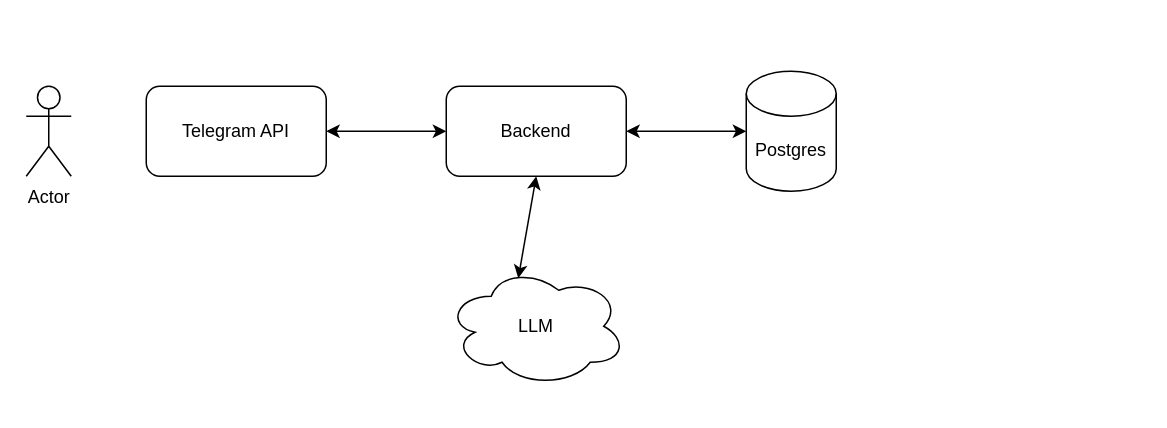
volchugin/schemes keeps this draw.io diagram as TG_mini_app_architecture.drawio. Above is the earlier version. Source tidied: cells renumbered, new cells numbered last; positions are measured from the earlier drawing's top-left corner, leaving out a move shared by most shapes. Both pictures are drawn from the tidied source at 150%, with x=0, y=0 at pixel (26, 70).
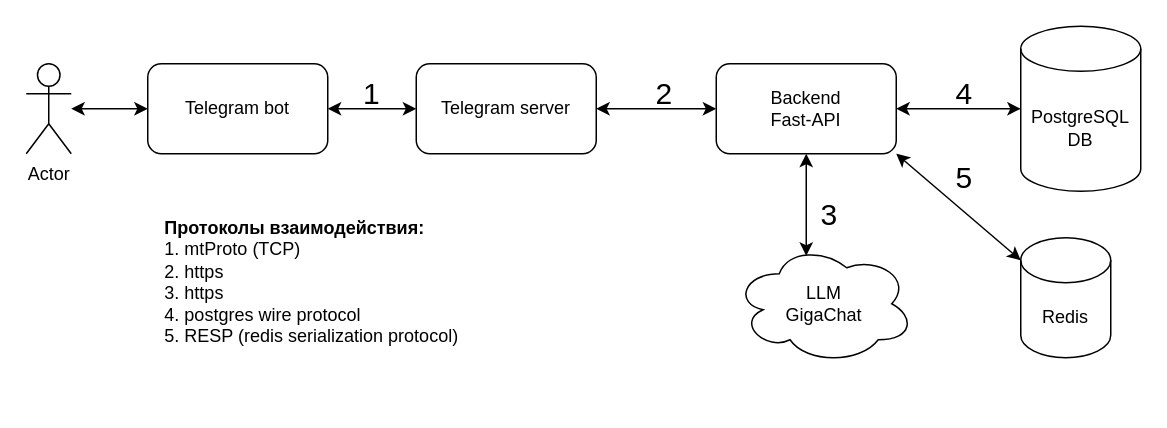
After the change.

Diff of the diagram source:
```diff
@@
     <mxCell id="2" value="Actor" style="shape=umlActor;verticalLabelPosition=bottom;verticalAlign=top;html=1;outlineConnect=0;" parent="1" vertex="1">
-      <mxGeometry y="10" width="30" height="60" as="geometry" />
+      <mxGeometry y="-5" width="30" height="60" as="geometry" />
     </mxCell>
-    <mxCell id="3" value="Postgres" style="shape=cylinder3;whiteSpace=wrap;html=1;boundedLbl=1;backgroundOutline=1;size=15;" parent="1" vertex="1">
-      <mxGeometry x="480" width="60" height="80" as="geometry" />
+    <mxCell id="3" value="PostgreSQL&lt;div&gt;DB&lt;/div&gt;" style="shape=cylinder3;whiteSpace=wrap;html=1;boundedLbl=1;backgroundOutline=1;size=15;" parent="1" vertex="1">
+      <mxGeometry x="663" y="-30" width="80" height="110" as="geometry" />
     </mxCell>
-    <mxCell id="4" value="Telegram API" style="rounded=1;whiteSpace=wrap;html=1;" parent="1" vertex="1">
-      <mxGeometry x="80" y="10" width="120" height="60" as="geometry" />
+    <mxCell id="4" value="Telegram server" style="rounded=1;whiteSpace=wrap;html=1;" parent="1" vertex="1">
+      <mxGeometry x="260" y="-5" width="120" height="60" as="geometry" />
     </mxCell>
-    <mxCell id="5" value="Backend" style="rounded=1;whiteSpace=wrap;html=1;" parent="1" vertex="1">
-      <mxGeometry x="280" y="10" width="120" height="60" as="geometry" />
+    <mxCell id="5" value="Backend&lt;div&gt;Fast-API&lt;br&gt;&lt;/div&gt;" style="rounded=1;whiteSpace=wrap;html=1;" parent="1" vertex="1">
+      <mxGeometry x="460" y="-5" width="120" height="60" as="geometry" />
     </mxCell>
-    <mxCell id="6" value="LLM" style="ellipse;shape=cloud;whiteSpace=wrap;html=1;" parent="1" vertex="1">
-      <mxGeometry x="280" y="130" width="120" height="80" as="geometry" />
+    <mxCell id="6" value="LLM&lt;div&gt;GigaChat&lt;/div&gt;" style="ellipse;shape=cloud;whiteSpace=wrap;html=1;" parent="1" vertex="1">
+      <mxGeometry x="472" y="115" width="120" height="80" as="geometry" />
     </mxCell>
@@
     <mxCell id="9" style="endArrow=classic;startArrow=classic;html=1;rounded=0;entryX=1;entryY=0.5;entryDx=0;entryDy=0;exitX=0;exitY=0.5;exitDx=0;exitDy=0;" parent="1" edge="1" source="5" target="4">
-      <mxGeometry relative="1" as="geometry" />
+      <mxGeometry relative="1" as="geometry">
+        <Array as="points">
+          <mxPoint x="420" y="25" />
+        </Array>
+      </mxGeometry>
     </mxCell>
+    <mxCell id="10" value="Telegram bot" style="rounded=1;whiteSpace=wrap;html=1;" parent="1" vertex="1">
+      <mxGeometry x="81" y="-5" width="120" height="60" as="geometry" />
+    </mxCell>
+    <mxCell id="11" style="endArrow=classic;startArrow=classic;html=1;rounded=0;entryX=1;entryY=0.5;entryDx=0;entryDy=0;exitX=0;exitY=0.5;exitDx=0;exitDy=0;" parent="1" edge="1" source="4" target="10">
+      <mxGeometry relative="1" as="geometry">
+        <Array as="points">
+          <mxPoint x="240" y="25" />
+        </Array>
+      </mxGeometry>
+    </mxCell>
+    <mxCell id="12" value="1" style="text;html=1;align=center;verticalAlign=middle;fontSize=20;" parent="1" vertex="1">
+      <mxGeometry x="215" y="-6" width="30" height="40" as="geometry" />
+    </mxCell>
+    <mxCell id="13" value="&lt;div style=&quot;text-align: left;&quot;&gt;&lt;b&gt;Протоколы взаимодействия:&lt;/b&gt;&lt;/div&gt;&lt;div&gt;&lt;div style=&quot;text-align: left;&quot;&gt;1. mtProto (TCP)&lt;/div&gt;&lt;div style=&quot;text-align: left;&quot;&gt;2. https&lt;/div&gt;&lt;div style=&quot;text-align: left;&quot;&gt;3. https&lt;/div&gt;&lt;div style=&quot;text-align: left;&quot;&gt;4. postgres wire protocol&lt;/div&gt;&lt;div style=&quot;text-align: left;&quot;&gt;5. RESP (redis serialization protocol)&lt;/div&gt;&lt;div style=&quot;text-align: left;&quot;&gt;&lt;br&gt;&lt;/div&gt;&lt;div style=&quot;text-align: left;&quot;&gt;&lt;br&gt;&lt;/div&gt;&lt;/div&gt;" style="text;html=1;align=center;verticalAlign=middle;strokeColor=none;fillColor=none;" parent="1" vertex="1">
+      <mxGeometry x="80" y="90" width="220" height="130" as="geometry" />
+    </mxCell>
+    <mxCell id="14" value="2" style="text;html=1;align=center;verticalAlign=middle;fontSize=20;" parent="1" vertex="1">
+      <mxGeometry x="410" y="-6" width="30" height="40" as="geometry" />
+    </mxCell>
+    <mxCell id="15" value="3" style="text;html=1;align=center;verticalAlign=middle;fontSize=20;" parent="1" vertex="1">
+      <mxGeometry x="520" y="75" width="30" height="40" as="geometry" />
+    </mxCell>
+    <mxCell id="16" value="4" style="text;html=1;align=center;verticalAlign=middle;fontSize=20;" parent="1" vertex="1">
+      <mxGeometry x="610" y="-6" width="30" height="40" as="geometry" />
+    </mxCell>
+    <mxCell id="17" value="Redis" style="shape=cylinder3;whiteSpace=wrap;html=1;boundedLbl=1;backgroundOutline=1;size=15;" parent="1" vertex="1">
+      <mxGeometry x="663" y="111" width="60" height="80" as="geometry" />
+    </mxCell>
+    <mxCell id="18" style="endArrow=classic;startArrow=classic;html=1;rounded=0;entryX=0;entryY=0;entryDx=0;entryDy=15;entryPerimeter=0;exitX=1;exitY=1;exitDx=0;exitDy=0;" parent="1" edge="1" source="5" target="17">
+      <mxGeometry relative="1" as="geometry" />
+    </mxCell>
+    <mxCell id="19" style="endArrow=classic;startArrow=classic;html=1;rounded=0;exitX=0;exitY=0.5;exitDx=0;exitDy=0;" parent="1" edge="1" source="10" target="2">
+      <mxGeometry relative="1" as="geometry" />
+    </mxCell>
+    <mxCell id="20" value="5" style="text;html=1;align=center;verticalAlign=middle;fontSize=20;" parent="1" vertex="1">
+      <mxGeometry x="610" y="50" width="30" height="40" as="geometry" />
+    </mxCell>
```
